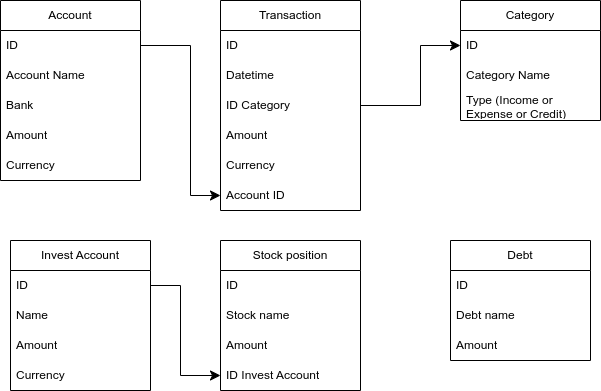
The draw.io diagram doc/database.drawio.png in Nas-virat/PFin-personal-finance, before a commit. Source tidied: cells renumbered, new cells last; positions are measured from the earlier drawing's top-left corner, leaving out a move shared by most shapes.
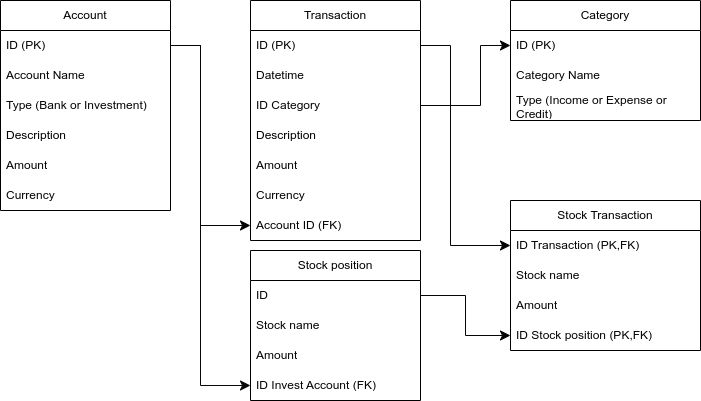
Above is the later version.

Diff of the diagram source:
```diff
@@ -3,118 +3,124 @@
     <mxCell id="0" />
     <mxCell id="1" parent="0" />
     <mxCell id="2" value="Account" style="swimlane;fontStyle=0;horizontal=1;startSize=30;whiteSpace=wrap;html=1;" parent="1" vertex="1">
-      <mxGeometry width="140" height="180" as="geometry" />
+      <mxGeometry x="-90" width="170" height="210" as="geometry" />
     </mxCell>
-    <mxCell id="3" value="ID" style="text;strokeColor=none;fillColor=none;align=left;verticalAlign=middle;spacingLeft=4;spacingRight=4;overflow=hidden;points=[[0,0.5],[1,0.5]];portConstraint=eastwest;whiteSpace=wrap;html=1;fontColor=#050505;" parent="2" vertex="1">
-      <mxGeometry y="30" width="140" height="30" as="geometry" />
+    <mxCell id="3" value="ID (PK)" style="text;strokeColor=none;fillColor=none;align=left;verticalAlign=middle;spacingLeft=4;spacingRight=4;overflow=hidden;points=[[0,0.5],[1,0.5]];portConstraint=eastwest;whiteSpace=wrap;html=1;fontColor=#050505;" parent="2" vertex="1">
+      <mxGeometry y="30" width="170" height="30" as="geometry" />
     </mxCell>
     <mxCell id="4" value="Account Name" style="text;strokeColor=none;fillColor=none;align=left;verticalAlign=middle;spacingLeft=4;spacingRight=4;overflow=hidden;whiteSpace=wrap;html=1;fontColor=#050505;" parent="2" vertex="1">
-      <mxGeometry y="60" width="140" height="30" as="geometry" />
+      <mxGeometry y="60" width="170" height="30" as="geometry" />
     </mxCell>
-    <mxCell id="5" value="Bank" style="text;strokeColor=none;fillColor=none;align=left;verticalAlign=middle;spacingLeft=4;spacingRight=4;overflow=hidden;whiteSpace=wrap;html=1;fontColor=#050505;" parent="2" vertex="1">
-      <mxGeometry y="90" width="140" height="30" as="geometry" />
+    <mxCell id="5" value="Type (Bank or Investment)" style="text;strokeColor=none;fillColor=none;align=left;verticalAlign=middle;spacingLeft=4;spacingRight=4;overflow=hidden;whiteSpace=wrap;html=1;fontColor=#050505;" parent="2" vertex="1">
+      <mxGeometry y="90" width="170" height="30" as="geometry" />
     </mxCell>
+    <mxCell id="36" value="Description" style="text;strokeColor=none;fillColor=none;align=left;verticalAlign=middle;spacingLeft=4;spacingRight=4;overflow=hidden;whiteSpace=wrap;html=1;fontColor=#000000;" parent="2" vertex="1">
+      <mxGeometry y="120" width="170" height="30" as="geometry" />
+    </mxCell>
     <mxCell id="6" value="Amount" style="text;strokeColor=none;fillColor=none;align=left;verticalAlign=middle;spacingLeft=4;spacingRight=4;overflow=hidden;whiteSpace=wrap;html=1;fontColor=#050505;" parent="2" vertex="1">
-      <mxGeometry y="120" width="140" height="30" as="geometry" />
+      <mxGeometry y="150" width="170" height="30" as="geometry" />
     </mxCell>
     <mxCell id="7" value="Currency" style="text;strokeColor=none;fillColor=none;align=left;verticalAlign=middle;spacingLeft=4;spacingRight=4;overflow=hidden;whiteSpace=wrap;html=1;fontColor=#050505;" parent="2" vertex="1">
-      <mxGeometry y="150" width="140" height="30" as="geometry" />
+      <mxGeometry y="180" width="170" height="30" as="geometry" />
     </mxCell>
     <mxCell id="8" value="Transaction" style="swimlane;fontStyle=0;horizontal=1;startSize=30;whiteSpace=wrap;html=1;" parent="1" vertex="1">
-      <mxGeometry x="220" width="140" height="210" as="geometry" />
+      <mxGeometry x="160" width="170" height="240" as="geometry" />
     </mxCell>
-    <mxCell id="9" value="ID" style="text;strokeColor=none;fillColor=none;align=left;verticalAlign=middle;spacingLeft=4;spacingRight=4;overflow=hidden;points=[[0,0.5],[1,0.5]];portConstraint=eastwest;whiteSpace=wrap;html=1;fontColor=#050505;" parent="8" vertex="1">
-      <mxGeometry y="30" width="140" height="30" as="geometry" />
+    <mxCell id="9" value="ID (PK)" style="text;strokeColor=none;fillColor=none;align=left;verticalAlign=middle;spacingLeft=4;spacingRight=4;overflow=hidden;points=[[0,0.5],[1,0.5]];portConstraint=eastwest;whiteSpace=wrap;html=1;fontColor=#050505;" parent="8" vertex="1">
+      <mxGeometry y="30" width="170" height="30" as="geometry" />
     </mxCell>
     <mxCell id="10" value="Datetime" style="text;strokeColor=none;fillColor=none;align=left;verticalAlign=middle;spacingLeft=4;spacingRight=4;overflow=hidden;whiteSpace=wrap;html=1;fontColor=#050505;" parent="8" vertex="1">
-      <mxGeometry y="60" width="140" height="30" as="geometry" />
+      <mxGeometry y="60" width="170" height="30" as="geometry" />
     </mxCell>
     <mxCell id="11" value="ID Category" style="text;strokeColor=none;fillColor=none;align=left;verticalAlign=middle;spacingLeft=4;spacingRight=4;overflow=hidden;points=[[0,0.5],[1,0.5]];portConstraint=eastwest;whiteSpace=wrap;html=1;fontColor=#050505;" parent="8" vertex="1">
-      <mxGeometry y="90" width="140" height="30" as="geometry" />
+      <mxGeometry y="90" width="170" height="30" as="geometry" />
     </mxCell>
+    <mxCell id="37" value="&lt;font color=&quot;#000000&quot;&gt;Description&lt;/font&gt;" style="text;strokeColor=none;fillColor=none;align=left;verticalAlign=middle;spacingLeft=4;spacingRight=4;overflow=hidden;whiteSpace=wrap;html=1;" parent="8" vertex="1">
+      <mxGeometry y="120" width="170" height="30" as="geometry" />
+    </mxCell>
     <mxCell id="12" value="Amount" style="text;strokeColor=none;fillColor=none;align=left;verticalAlign=middle;spacingLeft=4;spacingRight=4;overflow=hidden;whiteSpace=wrap;html=1;fontColor=#050505;" parent="8" vertex="1">
-      <mxGeometry y="120" width="140" height="30" as="geometry" />
+      <mxGeometry y="150" width="170" height="30" as="geometry" />
     </mxCell>
     <mxCell id="13" value="Currency" style="text;strokeColor=none;fillColor=none;align=left;verticalAlign=middle;spacingLeft=4;spacingRight=4;overflow=hidden;whiteSpace=wrap;html=1;fontColor=#050505;" parent="8" vertex="1">
-      <mxGeometry y="150" width="140" height="30" as="geometry" />
+      <mxGeometry y="180" width="170" height="30" as="geometry" />
     </mxCell>
-    <mxCell id="14" value="Account ID" style="text;strokeColor=none;fillColor=none;align=left;verticalAlign=middle;spacingLeft=4;spacingRight=4;overflow=hidden;points=[[0,0.5],[1,0.5]];portConstraint=eastwest;whiteSpace=wrap;html=1;fontColor=#050505;" parent="8" vertex="1">
-      <mxGeometry y="180" width="140" height="30" as="geometry" />
+    <mxCell id="14" value="Account ID (FK)" style="text;strokeColor=none;fillColor=none;align=left;verticalAlign=middle;spacingLeft=4;spacingRight=4;overflow=hidden;points=[[0,0.5],[1,0.5]];portConstraint=eastwest;whiteSpace=wrap;html=1;fontColor=#050505;" parent="8" vertex="1">
+      <mxGeometry y="210" width="170" height="30" as="geometry" />
     </mxCell>
-    <mxCell id="15" value="Invest Account" style="swimlane;fontStyle=0;horizontal=1;startSize=30;whiteSpace=wrap;html=1;" parent="1" vertex="1">
-      <mxGeometry x="10" y="240" width="140" height="150" as="geometry" />
-    </mxCell>
-    <mxCell id="16" value="ID" style="text;strokeColor=none;fillColor=none;align=left;verticalAlign=middle;spacingLeft=4;spacingRight=4;overflow=hidden;points=[[0,0.5],[1,0.5]];portConstraint=eastwest;whiteSpace=wrap;html=1;fontColor=#050505;" parent="15" vertex="1">
-      <mxGeometry y="30" width="140" height="30" as="geometry" />
-    </mxCell>
-    <mxCell id="17" value="Name" style="text;strokeColor=none;fillColor=none;align=left;verticalAlign=middle;spacingLeft=4;spacingRight=4;overflow=hidden;whiteSpace=wrap;html=1;fontColor=#050505;" parent="15" vertex="1">
-      <mxGeometry y="60" width="140" height="30" as="geometry" />
-    </mxCell>
-    <mxCell id="18" value="Amount" style="text;strokeColor=none;fillColor=none;align=left;verticalAlign=middle;spacingLeft=4;spacingRight=4;overflow=hidden;whiteSpace=wrap;html=1;fontColor=#050505;" parent="15" vertex="1">
-      <mxGeometry y="90" width="140" height="30" as="geometry" />
-    </mxCell>
-    <mxCell id="19" value="Currency" style="text;strokeColor=none;fillColor=none;align=left;verticalAlign=middle;spacingLeft=4;spacingRight=4;overflow=hidden;whiteSpace=wrap;html=1;fontColor=#050505;" parent="15" vertex="1">
-      <mxGeometry y="120" width="140" height="30" as="geometry" />
-    </mxCell>
     <mxCell id="20" value="Stock position" style="swimlane;fontStyle=0;horizontal=1;startSize=30;whiteSpace=wrap;html=1;" parent="1" vertex="1">
-      <mxGeometry x="220" y="240" width="140" height="150" as="geometry" />
+      <mxGeometry x="160" y="250" width="170" height="150" as="geometry" />
     </mxCell>
     <mxCell id="21" value="ID" style="text;strokeColor=none;fillColor=none;align=left;verticalAlign=middle;spacingLeft=4;spacingRight=4;overflow=hidden;points=[[0,0.5],[1,0.5]];portConstraint=eastwest;whiteSpace=wrap;html=1;fontColor=#050505;" parent="20" vertex="1">
-      <mxGeometry y="30" width="140" height="30" as="geometry" />
+      <mxGeometry y="30" width="170" height="30" as="geometry" />
     </mxCell>
     <mxCell id="22" value="Stock name" style="text;strokeColor=none;fillColor=none;align=left;verticalAlign=middle;spacingLeft=4;spacingRight=4;overflow=hidden;whiteSpace=wrap;html=1;fontColor=#050505;" parent="20" vertex="1">
-      <mxGeometry y="60" width="140" height="30" as="geometry" />
+      <mxGeometry y="60" width="170" height="30" as="geometry" />
     </mxCell>
     <mxCell id="23" value="Amount" style="text;strokeColor=none;fillColor=none;align=left;verticalAlign=middle;spacingLeft=4;spacingRight=4;overflow=hidden;whiteSpace=wrap;html=1;fontColor=#050505;" parent="20" vertex="1">
-      <mxGeometry y="90" width="140" height="30" as="geometry" />
+      <mxGeometry y="90" width="170" height="30" as="geometry" />
     </mxCell>
-    <mxCell id="24" value="ID Invest Account" style="text;strokeColor=none;fillColor=none;align=left;verticalAlign=middle;spacingLeft=4;spacingRight=4;overflow=hidden;points=[[0,0.5],[1,0.5]];portConstraint=eastwest;whiteSpace=wrap;html=1;fontColor=#050505;" parent="20" vertex="1">
-      <mxGeometry y="120" width="140" height="30" as="geometry" />
+    <mxCell id="24" value="ID Invest Account (FK)" style="text;strokeColor=none;fillColor=none;align=left;verticalAlign=middle;spacingLeft=4;spacingRight=4;overflow=hidden;points=[[0,0.5],[1,0.5]];portConstraint=eastwest;whiteSpace=wrap;html=1;fontColor=#050505;" parent="20" vertex="1">
+      <mxGeometry y="120" width="170" height="30" as="geometry" />
     </mxCell>
-    <mxCell id="25" style="edgeStyle=elbowEdgeStyle;elbow=horizontal;endArrow=classic;html=1;curved=0;rounded=0;endSize=8;startSize=8;fontColor=#050505;exitX=1;exitY=0.5;exitDx=0;exitDy=0;entryX=0;entryY=0.5;entryDx=0;entryDy=0;" parent="1" edge="1" source="16" target="24">
+    <mxCell id="25" style="edgeStyle=elbowEdgeStyle;elbow=horizontal;endArrow=classic;html=1;curved=0;rounded=0;endSize=8;startSize=8;fontColor=#050505;entryX=0;entryY=0.5;entryDx=0;entryDy=0;strokeColor=#080808;exitX=1;exitY=0.5;exitDx=0;exitDy=0;" parent="1" edge="1" source="3" target="24">
       <mxGeometry relative="1" as="geometry">
         <Array as="points">
-          <mxPoint x="180" y="300" />
+          <mxPoint x="110" y="380" />
+          <mxPoint x="120" y="350" />
         </Array>
       </mxGeometry>
     </mxCell>
-    <mxCell id="26" style="edgeStyle=elbowEdgeStyle;elbow=horizontal;endArrow=classic;html=1;curved=0;rounded=0;endSize=8;startSize=8;fontColor=#050505;exitX=1;exitY=0.5;exitDx=0;exitDy=0;entryX=0;entryY=0.5;entryDx=0;entryDy=0;" parent="1" edge="1" source="3" target="14">
+    <mxCell id="26" style="edgeStyle=elbowEdgeStyle;elbow=horizontal;endArrow=classic;html=1;curved=0;rounded=0;endSize=8;startSize=8;fontColor=#050505;exitX=1;exitY=0.5;exitDx=0;exitDy=0;entryX=0;entryY=0.5;entryDx=0;entryDy=0;strokeColor=#030303;" parent="1" edge="1" source="3" target="14">
       <mxGeometry relative="1" as="geometry">
         <Array as="points">
-          <mxPoint x="190" y="155" />
+          <mxPoint x="110" y="110" />
+          <mxPoint x="130" y="155" />
         </Array>
       </mxGeometry>
     </mxCell>
     <mxCell id="27" value="Category" style="swimlane;fontStyle=0;horizontal=1;startSize=30;whiteSpace=wrap;html=1;" parent="1" vertex="1">
-      <mxGeometry x="460" width="140" height="120" as="geometry" />
+      <mxGeometry x="420" width="190" height="120" as="geometry" />
     </mxCell>
-    <mxCell id="28" value="ID" style="text;strokeColor=none;fillColor=none;align=left;verticalAlign=middle;spacingLeft=4;spacingRight=4;overflow=hidden;points=[[0,0.5],[1,0.5]];portConstraint=eastwest;whiteSpace=wrap;html=1;fontColor=#050505;" parent="27" vertex="1">
-      <mxGeometry y="30" width="140" height="30" as="geometry" />
+    <mxCell id="28" value="ID (PK)" style="text;strokeColor=none;fillColor=none;align=left;verticalAlign=middle;spacingLeft=4;spacingRight=4;overflow=hidden;points=[[0,0.5],[1,0.5]];portConstraint=eastwest;whiteSpace=wrap;html=1;fontColor=#050505;" parent="27" vertex="1">
+      <mxGeometry y="30" width="190" height="30" as="geometry" />
     </mxCell>
     <mxCell id="29" value="Category Name" style="text;strokeColor=none;fillColor=none;align=left;verticalAlign=middle;spacingLeft=4;spacingRight=4;overflow=hidden;whiteSpace=wrap;html=1;fontColor=#050505;" parent="27" vertex="1">
-      <mxGeometry y="60" width="140" height="30" as="geometry" />
+      <mxGeometry y="60" width="190" height="30" as="geometry" />
     </mxCell>
     <mxCell id="30" value="Type (Income or Expense or Credit)" style="text;strokeColor=none;fillColor=none;align=left;verticalAlign=middle;spacingLeft=4;spacingRight=4;overflow=hidden;whiteSpace=wrap;html=1;fontColor=#050505;" parent="27" vertex="1">
-      <mxGeometry y="90" width="140" height="30" as="geometry" />
+      <mxGeometry y="90" width="190" height="30" as="geometry" />
     </mxCell>
-    <mxCell id="31" style="edgeStyle=elbowEdgeStyle;elbow=horizontal;endArrow=classic;html=1;curved=0;rounded=0;endSize=8;startSize=8;fontColor=#050505;exitX=1;exitY=0.5;exitDx=0;exitDy=0;entryX=0;entryY=0.5;entryDx=0;entryDy=0;" parent="1" edge="1" source="11" target="28">
+    <mxCell id="31" style="edgeStyle=elbowEdgeStyle;elbow=horizontal;endArrow=classic;html=1;curved=0;rounded=0;endSize=8;startSize=8;fontColor=#050505;exitX=1;exitY=0.5;exitDx=0;exitDy=0;entryX=0;entryY=0.5;entryDx=0;entryDy=0;strokeColor=#050505;" parent="1" edge="1" source="11" target="28">
       <mxGeometry relative="1" as="geometry">
         <Array as="points">
-          <mxPoint x="420" y="60" />
+          <mxPoint x="390" y="80" />
         </Array>
       </mxGeometry>
     </mxCell>
-    <mxCell id="32" value="Debt" style="swimlane;fontStyle=0;horizontal=1;startSize=30;whiteSpace=wrap;html=1;" parent="1" vertex="1">
-      <mxGeometry x="450" y="240" width="140" height="120" as="geometry" />
-    </mxCell>
-    <mxCell id="33" value="ID" style="text;strokeColor=none;fillColor=none;align=left;verticalAlign=middle;spacingLeft=4;spacingRight=4;overflow=hidden;whiteSpace=wrap;html=1;fontColor=#050505;" parent="32" vertex="1">
-      <mxGeometry y="30" width="140" height="30" as="geometry" />
-    </mxCell>
-    <mxCell id="34" value="Debt name" style="text;strokeColor=none;fillColor=none;align=left;verticalAlign=middle;spacingLeft=4;spacingRight=4;overflow=hidden;whiteSpace=wrap;html=1;fontColor=#050505;" parent="32" vertex="1">
-      <mxGeometry y="60" width="140" height="30" as="geometry" />
-    </mxCell>
-    <mxCell id="35" value="Amount" style="text;strokeColor=none;fillColor=none;align=left;verticalAlign=middle;spacingLeft=4;spacingRight=4;overflow=hidden;whiteSpace=wrap;html=1;fontColor=#050505;" parent="32" vertex="1">
-      <mxGeometry y="90" width="140" height="30" as="geometry" />
-    </mxCell>
+    <mxCell id="38" value="Stock Transaction" style="swimlane;fontStyle=0;horizontal=1;startSize=30;whiteSpace=wrap;html=1;" parent="1" vertex="1">
+      <mxGeometry x="420" y="200" width="190" height="150" as="geometry" />
+    </mxCell>
+    <mxCell id="39" value="ID Transaction (PK,FK)" style="text;strokeColor=none;fillColor=none;align=left;verticalAlign=middle;spacingLeft=4;spacingRight=4;overflow=hidden;points=[[0,0.5],[1,0.5]];portConstraint=eastwest;whiteSpace=wrap;html=1;fontColor=#050505;" parent="38" vertex="1">
+      <mxGeometry y="30" width="190" height="30" as="geometry" />
+    </mxCell>
+    <mxCell id="40" value="Stock name" style="text;strokeColor=none;fillColor=none;align=left;verticalAlign=middle;spacingLeft=4;spacingRight=4;overflow=hidden;whiteSpace=wrap;html=1;fontColor=#050505;" parent="38" vertex="1">
+      <mxGeometry y="60" width="190" height="30" as="geometry" />
+    </mxCell>
+    <mxCell id="41" value="Amount" style="text;strokeColor=none;fillColor=none;align=left;verticalAlign=middle;spacingLeft=4;spacingRight=4;overflow=hidden;whiteSpace=wrap;html=1;fontColor=#050505;" parent="38" vertex="1">
+      <mxGeometry y="90" width="190" height="30" as="geometry" />
+    </mxCell>
+    <mxCell id="42" value="ID Stock position (PK,FK)" style="text;strokeColor=none;fillColor=none;align=left;verticalAlign=middle;spacingLeft=4;spacingRight=4;overflow=hidden;points=[[0,0.5],[1,0.5]];portConstraint=eastwest;whiteSpace=wrap;html=1;fontColor=#050505;" parent="38" vertex="1">
+      <mxGeometry y="120" width="190" height="30" as="geometry" />
+    </mxCell>
+    <mxCell id="43" style="edgeStyle=elbowEdgeStyle;elbow=horizontal;endArrow=classic;html=1;curved=0;rounded=0;endSize=8;startSize=8;fontColor=#050505;exitX=1;exitY=0.5;exitDx=0;exitDy=0;strokeColor=#050505;entryX=0;entryY=0.5;entryDx=0;entryDy=0;" parent="1" edge="1" source="9" target="39">
+      <mxGeometry relative="1" as="geometry">
+        <Array as="points">
+          <mxPoint x="360" y="80" />
+        </Array>
+      </mxGeometry>
+    </mxCell>
+    <mxCell id="44" style="edgeStyle=elbowEdgeStyle;elbow=horizontal;endArrow=classic;html=1;curved=0;rounded=0;endSize=8;startSize=8;fontColor=#050505;strokeColor=#050505;entryX=0;entryY=0.5;entryDx=0;entryDy=0;exitX=1;exitY=0.5;exitDx=0;exitDy=0;" parent="1" edge="1" source="21" target="42">
+      <mxGeometry relative="1" as="geometry" />
+    </mxCell>
   </root>
 </mxGraphModel>
```
